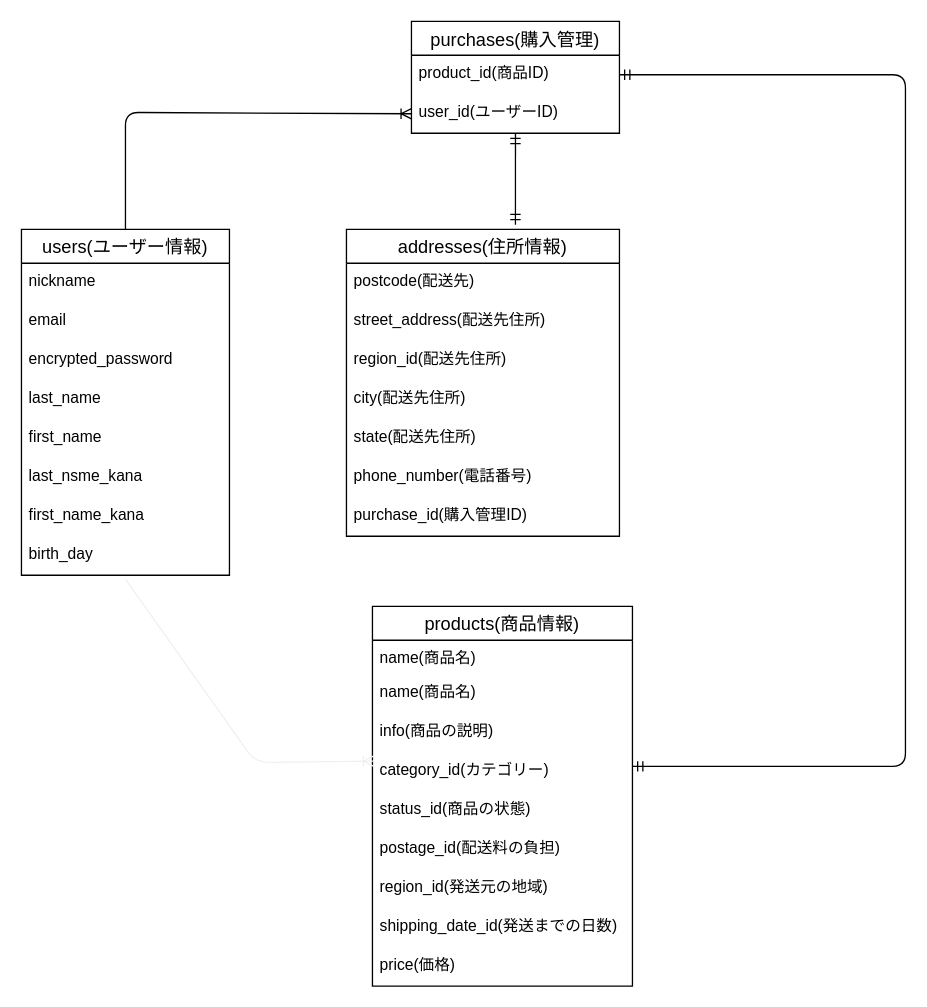
yo-ya07/furima-35557 keeps this draw.io diagram as legend.dio. Above is the earlier version. Source tidied: cells renumbered, new cells numbered last; positions are measured from the earlier drawing's top-left corner, leaving out a move shared by most shapes. Both pictures are drawn from the tidied source at 130%, with x=0, y=0 at pixel (21, 21).
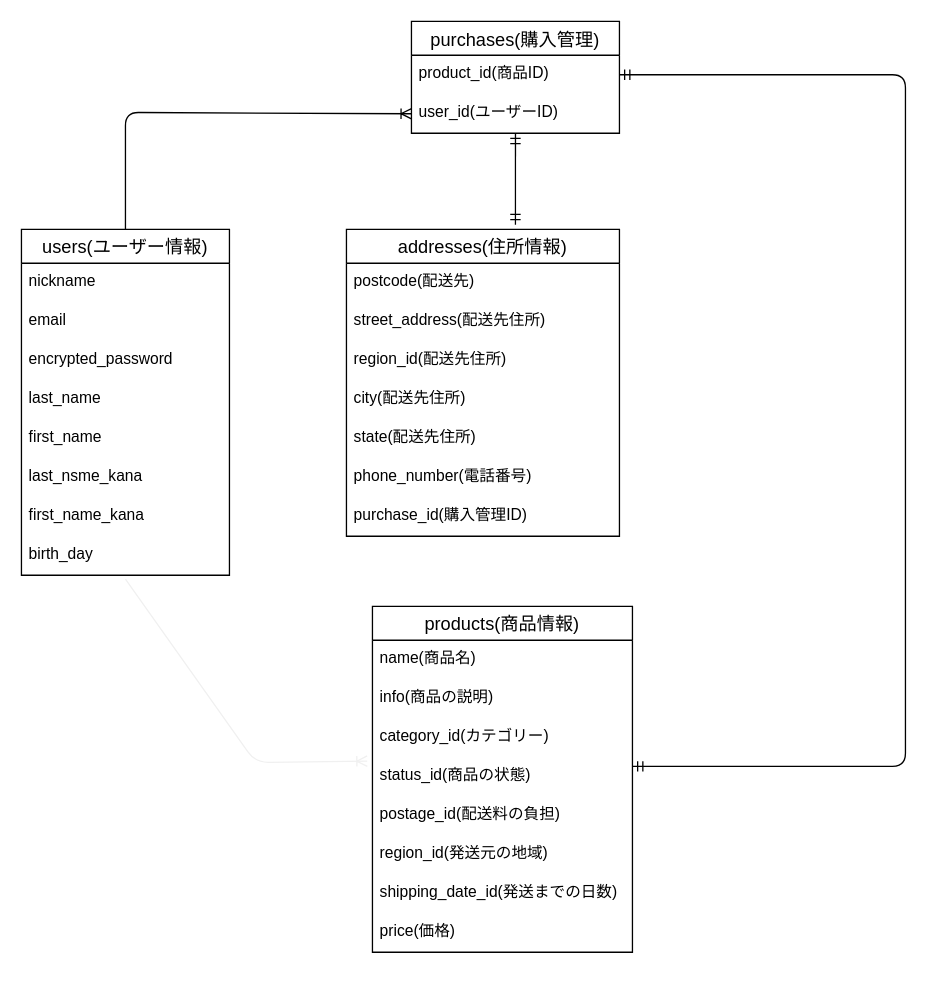
The same diagram, later.

Unchanged cells that the change refers to:
```xml
<mxCell id="10" value="birth_day" style="text;strokeColor=none;fillColor=none;spacingLeft=4;spacingRight=4;overflow=hidden;points=[[0,0.5],[1,0.5]];portConstraint=eastwest;fontSize=12;" parent="2" vertex="1">
  <mxGeometry y="236" width="160" height="30" as="geometry" />
</mxCell>
```

Diff of the diagram source:
```diff
@@
     <mxCell id="19" value="products(商品情報)" style="swimlane;fontStyle=0;horizontal=1;startSize=26;align=center;fontSize=14;" parent="1" vertex="1">
-      <mxGeometry x="270" y="450" width="200" height="292" as="geometry" />
+      <mxGeometry x="270" y="450" width="200" height="266" as="geometry" />
     </mxCell>
-    <mxCell id="20" value="name(商品名)" style="text;strokeColor=none;fillColor=none;spacingLeft=4;spacingRight=4;overflow=hidden;fontSize=12;" parent="19" vertex="1">
-      <mxGeometry y="26" width="200" height="26" as="geometry" />
-    </mxCell>
     <mxCell id="21" value="name(商品名)" style="text;strokeColor=none;fillColor=none;spacingLeft=4;spacingRight=4;overflow=hidden;fontSize=12;" parent="19" vertex="1">
-      <mxGeometry y="52" width="200" height="30" as="geometry" />
+      <mxGeometry y="26" width="200" height="30" as="geometry" />
     </mxCell>
     <mxCell id="22" value="info(商品の説明)" style="text;strokeColor=none;fillColor=none;spacingLeft=4;spacingRight=4;overflow=hidden;fontSize=12;" parent="19" vertex="1">
-      <mxGeometry y="82" width="200" height="30" as="geometry" />
+      <mxGeometry y="56" width="200" height="30" as="geometry" />
     </mxCell>
     <mxCell id="23" value="category_id(カテゴリー)" style="text;strokeColor=none;fillColor=none;spacingLeft=4;spacingRight=4;overflow=hidden;points=[[0,0.5],[1,0.5]];portConstraint=eastwest;fontSize=12;" parent="19" vertex="1">
-      <mxGeometry y="112" width="200" height="30" as="geometry" />
+      <mxGeometry y="86" width="200" height="30" as="geometry" />
     </mxCell>
     <mxCell id="24" value="status_id(商品の状態)" style="text;strokeColor=none;fillColor=none;spacingLeft=4;spacingRight=4;overflow=hidden;points=[[0,0.5],[1,0.5]];portConstraint=eastwest;fontSize=12;" parent="19" vertex="1">
-      <mxGeometry y="142" width="200" height="30" as="geometry" />
+      <mxGeometry y="116" width="200" height="30" as="geometry" />
     </mxCell>
     <mxCell id="25" value="postage_id(配送料の負担)" style="text;strokeColor=none;fillColor=none;spacingLeft=4;spacingRight=4;overflow=hidden;fontSize=12;" parent="19" vertex="1">
-      <mxGeometry y="172" width="200" height="30" as="geometry" />
+      <mxGeometry y="146" width="200" height="30" as="geometry" />
     </mxCell>
     <mxCell id="26" value="region_id(発送元の地域)" style="text;strokeColor=none;fillColor=none;spacingLeft=4;spacingRight=4;overflow=hidden;fontSize=12;" parent="19" vertex="1">
-      <mxGeometry y="202" width="200" height="30" as="geometry" />
+      <mxGeometry y="176" width="200" height="30" as="geometry" />
     </mxCell>
     <mxCell id="27" value="shipping_date_id(発送までの日数)" style="text;strokeColor=none;fillColor=none;spacingLeft=4;spacingRight=4;overflow=hidden;fontSize=12;" parent="19" vertex="1">
-      <mxGeometry y="232" width="200" height="30" as="geometry" />
+      <mxGeometry y="206" width="200" height="30" as="geometry" />
     </mxCell>
     <mxCell id="28" value="price(価格)" style="text;strokeColor=none;fillColor=none;spacingLeft=4;spacingRight=4;overflow=hidden;fontSize=12;" parent="19" vertex="1">
-      <mxGeometry y="262" width="200" height="30" as="geometry" />
+      <mxGeometry y="236" width="200" height="30" as="geometry" />
     </mxCell>
@@
-    <mxCell id="30" style="fontSize=12;html=1;endArrow=ERoneToMany;strokeColor=#f0f0f0;exitX=0.5;exitY=1.1;exitDx=0;exitDy=0;exitPerimeter=0;entryX=0.005;entryY=0.233;entryDx=0;entryDy=0;entryPerimeter=0;" parent="1" edge="1" source="10" target="23">
+    <mxCell id="30" style="fontSize=12;html=1;endArrow=ERoneToMany;strokeColor=#f0f0f0;exitX=0.5;exitY=1.1;exitDx=0;exitDy=0;exitPerimeter=0;entryX=-0.02;entryY=0.1;entryDx=0;entryDy=0;entryPerimeter=0;" parent="1" edge="1" source="10" target="24">
       <mxGeometry relative="1" as="geometry">
         <Array as="points">
           <mxPoint x="180" y="570" />
         </Array>
       </mxGeometry>
     </mxCell>
```
